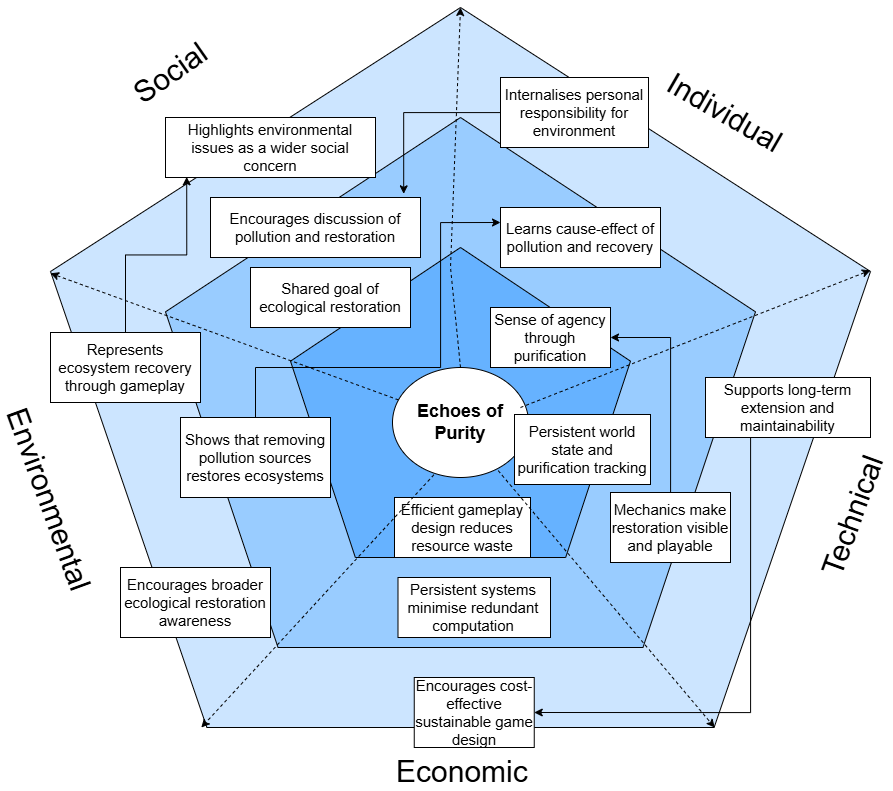
The draw.io diagram resources/images/Sustainability_Awareness_Framework.png in UoB-COMSM0166/2026-group-6, before a commit. Source tidied: cells renumbered, new cells last; positions are measured from the earlier drawing's top-left corner, leaving out a move shared by most shapes.
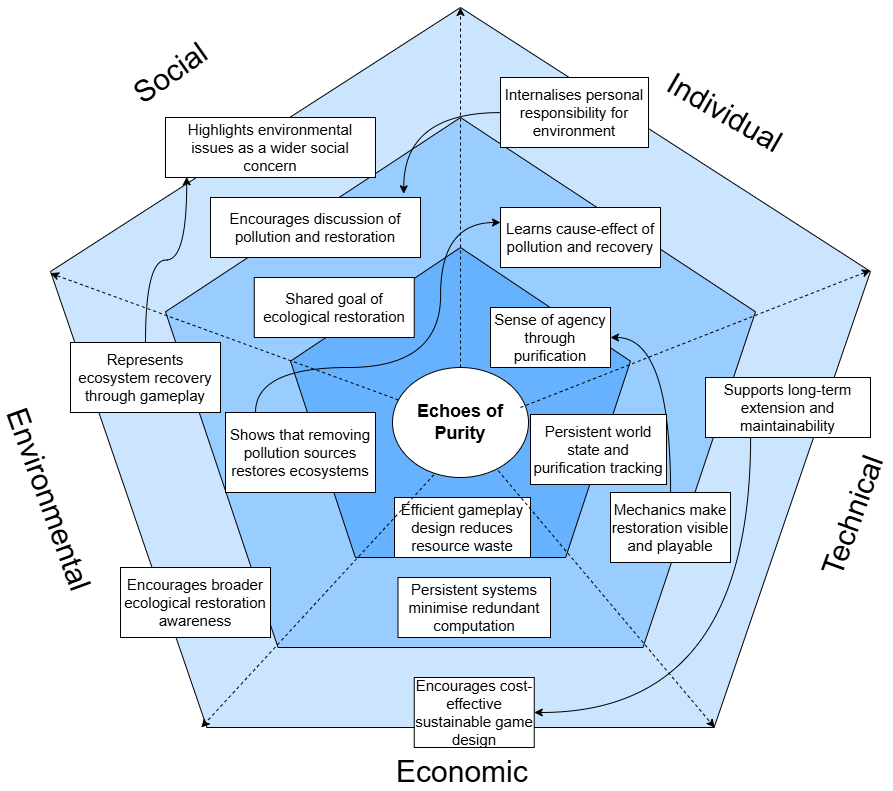
After the change.

The edit, as a diff of the source:
```diff
@@ -38,13 +38,13 @@
     <mxCell id="13" value="&lt;font style=&quot;font-size: 15px;&quot;&gt;Learns cause-effect of pollution and recovery&lt;/font&gt;" style="rounded=0;whiteSpace=wrap;html=1;" parent="1" vertex="1">
       <mxGeometry x="481" y="200" width="160" height="60" as="geometry" />
     </mxCell>
-    <mxCell id="14" style="edgeStyle=orthogonalEdgeStyle;rounded=0;jettySize=auto;html=1;entryX=1;entryY=0.5;entryDx=0;entryDy=0;" parent="1" edge="1" source="15" target="24">
+    <mxCell id="14" style="edgeStyle=orthogonalEdgeStyle;rounded=0;jettySize=auto;html=1;entryX=1;entryY=0.5;entryDx=0;entryDy=0;curved=1;" parent="1" edge="1" source="15" target="24">
       <mxGeometry relative="1" as="geometry" />
     </mxCell>
     <mxCell id="15" value="&lt;font style=&quot;font-size: 15px;&quot;&gt;Mechanics make restoration visible and playable&lt;/font&gt;" style="rounded=0;whiteSpace=wrap;html=1;" parent="1" vertex="1">
       <mxGeometry x="591" y="485" width="120" height="70" as="geometry" />
     </mxCell>
-    <mxCell id="16" style="edgeStyle=orthogonalEdgeStyle;rounded=0;jettySize=auto;html=1;entryX=1;entryY=0.5;entryDx=0;entryDy=0;" parent="1" edge="1" source="17" target="19">
+    <mxCell id="16" style="edgeStyle=orthogonalEdgeStyle;rounded=0;jettySize=auto;html=1;entryX=1;entryY=0.5;entryDx=0;entryDy=0;curved=1;" parent="1" edge="1" source="17" target="19">
       <mxGeometry relative="1" as="geometry">
         <Array as="points">
           <mxPoint x="731" y="705" />
@@ -63,7 +63,7 @@
     <mxCell id="20" value="&lt;font style=&quot;font-size: 15px;&quot;&gt;Persistent systems minimise redundant computation&lt;/font&gt;" style="rounded=0;whiteSpace=wrap;html=1;" parent="1" vertex="1">
       <mxGeometry x="378.5" y="570" width="152.5" height="60" as="geometry" />
     </mxCell>
-    <mxCell id="21" style="edgeStyle=orthogonalEdgeStyle;rounded=0;jettySize=auto;html=1;entryX=0;entryY=0.25;entryDx=0;entryDy=0;" parent="1" edge="1" source="22" target="13">
+    <mxCell id="21" style="edgeStyle=orthogonalEdgeStyle;rounded=0;jettySize=auto;html=1;entryX=0;entryY=0.25;entryDx=0;entryDy=0;curved=1;" parent="1" edge="1" source="22" target="13">
       <mxGeometry relative="1" as="geometry">
         <Array as="points">
           <mxPoint x="236" y="360" />
@@ -73,10 +73,10 @@
       </mxGeometry>
     </mxCell>
     <mxCell id="22" value="&lt;font style=&quot;font-size: 15px;&quot;&gt;Shows that removing pollution sources restores ecosystems&lt;/font&gt;" style="rounded=0;whiteSpace=wrap;html=1;" parent="1" vertex="1">
-      <mxGeometry x="161" y="410" width="150" height="80" as="geometry" />
+      <mxGeometry x="206" y="405" width="150" height="80" as="geometry" />
     </mxCell>
     <mxCell id="23" value="&lt;font style=&quot;font-size: 15px;&quot;&gt;Shared goal of ecological restoration&lt;/font&gt;" style="rounded=0;whiteSpace=wrap;html=1;" parent="1" vertex="1">
-      <mxGeometry x="231" y="260" width="160" height="60" as="geometry" />
+      <mxGeometry x="234.8" y="270" width="160" height="60" as="geometry" />
     </mxCell>
     <mxCell id="24" value="&lt;font style=&quot;font-size: 15px;&quot;&gt;Sense of agency through purification&lt;/font&gt;" style="rounded=0;whiteSpace=wrap;html=1;" parent="1" vertex="1">
       <mxGeometry x="471" y="300" width="120" height="60" as="geometry" />
@@ -84,49 +84,49 @@
     <mxCell id="25" value="&lt;font style=&quot;font-size: 15px;&quot;&gt;Encourages broader ecological restoration awareness&lt;/font&gt;" style="rounded=0;whiteSpace=wrap;html=1;" parent="1" vertex="1">
       <mxGeometry x="101" y="560" width="150" height="70" as="geometry" />
     </mxCell>
-    <mxCell id="26" style="endArrow=classic;html=1;rounded=0;entryX=0;entryY=0.365;entryDx=0;entryDy=0;entryPerimeter=0;dashed=1;" parent="1" edge="1" source="29">
-      <mxGeometry relative="1" as="geometry">
-        <mxPoint x="31" y="265.8" as="targetPoint" />
-      </mxGeometry>
-    </mxCell>
-    <mxCell id="27" style="endArrow=classic;html=1;rounded=0;entryX=0.19;entryY=1;entryDx=0;entryDy=0;entryPerimeter=0;dashed=1;exitX=0.304;exitY=0.976;exitDx=0;exitDy=0;exitPerimeter=0;" parent="1" edge="1" source="29">
-      <mxGeometry relative="1" as="geometry">
-        <mxPoint x="181.8" y="720" as="targetPoint" />
-      </mxGeometry>
-    </mxCell>
-    <mxCell id="28" style="endArrow=classic;html=1;rounded=0;entryX=0.81;entryY=1;entryDx=0;entryDy=0;entryPerimeter=0;dashed=1;" parent="1" edge="1" target="2">
-      <mxGeometry relative="1" as="geometry">
-        <mxPoint x="471" y="454" as="sourcePoint" />
-      </mxGeometry>
-    </mxCell>
+    <mxCell id="37" style="endArrow=classic;html=1;rounded=0;entryX=0;entryY=0.365;entryDx=0;entryDy=0;entryPerimeter=0;dashed=1;" parent="1" edge="1" source="29">
+      <mxGeometry relative="1" as="geometry">
+        <mxPoint x="31" y="265.8" as="targetPoint" />
+      </mxGeometry>
+    </mxCell>
+    <mxCell id="38" style="endArrow=classic;html=1;rounded=0;entryX=0.19;entryY=1;entryDx=0;entryDy=0;entryPerimeter=0;dashed=1;exitX=0.304;exitY=0.976;exitDx=0;exitDy=0;exitPerimeter=0;" parent="1" edge="1" source="29">
+      <mxGeometry relative="1" as="geometry">
+        <mxPoint x="181.8" y="720" as="targetPoint" />
+      </mxGeometry>
+    </mxCell>
+    <mxCell id="39" style="endArrow=classic;html=1;rounded=0;entryX=0.81;entryY=1;entryDx=0;entryDy=0;entryPerimeter=0;dashed=1;" parent="1" edge="1" target="2">
+      <mxGeometry relative="1" as="geometry">
+        <mxPoint x="471" y="454" as="sourcePoint" />
+      </mxGeometry>
+    </mxCell>
     <mxCell id="29" value="&lt;strong&gt;&lt;font style=&quot;font-size: 18px;&quot;&gt;Echoes of Purity&lt;/font&gt;&lt;/strong&gt;" style="ellipse;whiteSpace=wrap;html=1;" parent="1" vertex="1">
       <mxGeometry x="373" y="360" width="136" height="110" as="geometry" />
     </mxCell>
-    <mxCell id="30" style="endArrow=classic;html=1;rounded=0;entryX=0.5;entryY=0;entryDx=0;entryDy=0;entryPerimeter=0;exitX=0.5;exitY=0;exitDx=0;exitDy=0;dashed=1;" parent="1" edge="1" source="29" target="2">
+    <mxCell id="30" style="endArrow=classic;html=1;rounded=0;entryX=0.5;entryY=0;entryDx=0;entryDy=0;entryPerimeter=0;dashed=1;exitX=0.5;exitY=0;exitDx=0;exitDy=0;" parent="1" edge="1" source="29" target="2">
       <mxGeometry relative="1" as="geometry">
         <Array as="points">
-          <mxPoint x="431" y="260" />
+          <mxPoint x="441" y="270" />
         </Array>
       </mxGeometry>
     </mxCell>
-    <mxCell id="31" style="endArrow=classic;html=1;rounded=0;entryX=1;entryY=0.365;entryDx=0;entryDy=0;entryPerimeter=0;dashed=1;" parent="1" edge="1" target="2">
-      <mxGeometry relative="1" as="geometry">
-        <mxPoint x="501" y="400" as="sourcePoint" />
-      </mxGeometry>
-    </mxCell>
+    <mxCell id="40" style="endArrow=classic;html=1;rounded=0;entryX=1;entryY=0.365;entryDx=0;entryDy=0;entryPerimeter=0;dashed=1;" parent="1" edge="1" target="2">
+      <mxGeometry relative="1" as="geometry">
+        <mxPoint x="501" y="400" as="sourcePoint" />
+      </mxGeometry>
+    </mxCell>
     <mxCell id="32" value="&lt;font style=&quot;font-size: 15px;&quot;&gt;Represents ecosystem recovery through gameplay&lt;/font&gt;" style="rounded=0;whiteSpace=wrap;html=1;" parent="1" vertex="1">
-      <mxGeometry x="31" y="325" width="150" height="70" as="geometry" />
+      <mxGeometry x="51" y="335" width="150" height="70" as="geometry" />
     </mxCell>
     <mxCell id="33" value="&lt;font style=&quot;font-size: 15px;&quot;&gt;Persistent world state and purification tracking&lt;/font&gt;" style="rounded=0;whiteSpace=wrap;html=1;" parent="1" vertex="1">
-      <mxGeometry x="495" y="407" width="136" height="70" as="geometry" />
+      <mxGeometry x="511" y="407" width="136" height="70" as="geometry" />
     </mxCell>
     <mxCell id="34" value="&lt;font style=&quot;font-size: 15px;&quot;&gt;Highlights environmental issues as a wider social concern&lt;/font&gt;" style="rounded=0;whiteSpace=wrap;html=1;" parent="1" vertex="1">
       <mxGeometry x="146" y="110" width="210" height="60" as="geometry" />
     </mxCell>
-    <mxCell id="35" style="edgeStyle=orthogonalEdgeStyle;rounded=0;jettySize=auto;html=1;entryX=0.92;entryY=-0.061;entryDx=0;entryDy=0;entryPerimeter=0;" parent="1" edge="1" source="12" target="10">
+    <mxCell id="35" style="edgeStyle=orthogonalEdgeStyle;rounded=0;jettySize=auto;html=1;entryX=0.92;entryY=-0.061;entryDx=0;entryDy=0;entryPerimeter=0;curved=1;" parent="1" edge="1" source="12" target="10">
       <mxGeometry relative="1" as="geometry" />
     </mxCell>
-    <mxCell id="36" style="edgeStyle=orthogonalEdgeStyle;rounded=0;jettySize=auto;html=1;entryX=0.101;entryY=0.99;entryDx=0;entryDy=0;entryPerimeter=0;" parent="1" edge="1" source="32" target="34">
+    <mxCell id="36" style="edgeStyle=orthogonalEdgeStyle;rounded=0;jettySize=auto;html=1;entryX=0.101;entryY=0.99;entryDx=0;entryDy=0;entryPerimeter=0;curved=1;" parent="1" edge="1" source="32" target="34">
       <mxGeometry relative="1" as="geometry" />
     </mxCell>
   </root>
```
